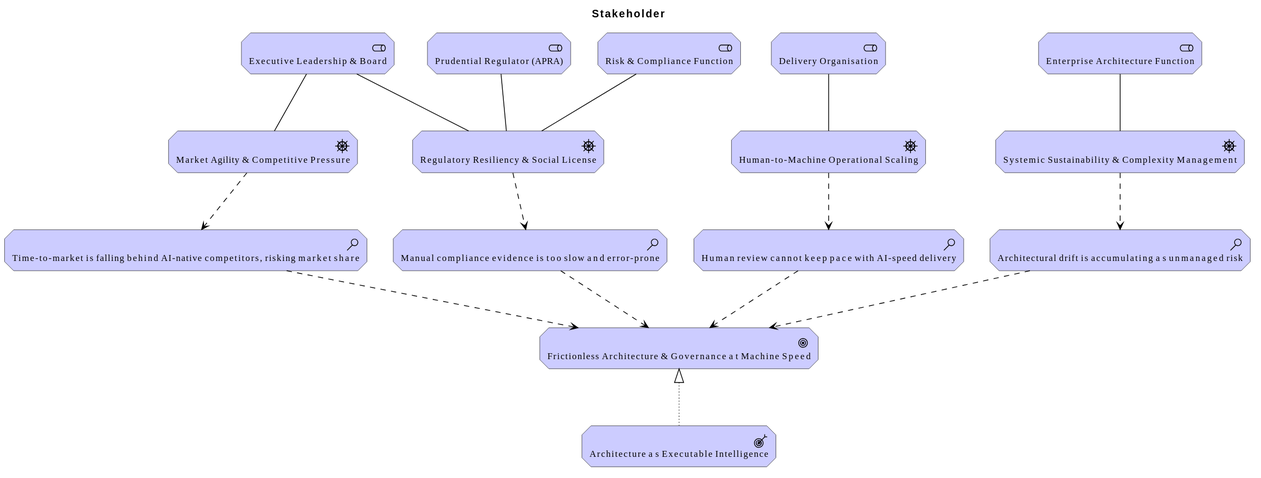
The PlantUML diagram architecture/model/diagrams/vision/1-stakeholder.svg in wolffy-au/frictionless-architect, before a commit. Source of this version:
```plantuml
@startuml
!include <archimate/Archimate>

title Stakeholder

Motivation_Driver(e_ida87011c08f1e5a, "Market Agility & Competitive Pressure")
Motivation_Driver(e_idffe4063e121e5d, "Regulatory Resiliency & Social License")
Motivation_Driver(e_idb3458ded88aa5a, "Systemic Sustainability & Complexity Management")
Motivation_Driver(e_ida75d463a748254, "Human-to-Machine Operational Scaling")
Motivation_Stakeholder(e_id19419ed668d556, "Executive Leadership & Board")
Motivation_Stakeholder(e_idbd4abc7ec42554, "Prudential Regulator (APRA)")
Motivation_Stakeholder(e_id3bf463ccf22a53, "Enterprise Architecture Function")
Motivation_Stakeholder(e_idb1fdf098c7c056, "Delivery Organisation")
Motivation_Stakeholder(e_id133bbac4b3e450, "Risk & Compliance Function")
Motivation_Assessment(e_id6f46906d5a1152, "Time-to-market is falling behind AI-native competitors, risking market share")
Motivation_Assessment(e_idb87589e2f37157, "Human review cannot keep pace with AI-speed delivery")
Motivation_Assessment(e_id62397473120e57, "Architectural drift is accumulating as unmanaged risk")
Motivation_Assessment(e_idca6274daf5c552, "Manual compliance evidence is too slow and error-prone")
Motivation_Goal(e_id76f6d8b4d70151, "Frictionless Architecture & Governance at Machine Speed")
Motivation_Outcome(e_idfbcf1e02e62655, "Architecture as Executable Intelligence")

Rel_Association(e_id19419ed668d556, e_ida87011c08f1e5a, "")
Rel_Association(e_id19419ed668d556, e_idffe4063e121e5d, "")
Rel_Association(e_idbd4abc7ec42554, e_idffe4063e121e5d, "")
Rel_Association(e_id3bf463ccf22a53, e_idb3458ded88aa5a, "")
Rel_Association(e_idb1fdf098c7c056, e_ida75d463a748254, "")
Rel_Association(e_id133bbac4b3e450, e_idffe4063e121e5d, "")
Rel_Influence(e_ida87011c08f1e5a, e_id6f46906d5a1152, "")
Rel_Influence(e_ida75d463a748254, e_idb87589e2f37157, "")
Rel_Influence(e_idb3458ded88aa5a, e_id62397473120e57, "")
Rel_Influence(e_idffe4063e121e5d, e_idca6274daf5c552, "")
Rel_Influence(e_id6f46906d5a1152, e_id76f6d8b4d70151, "")
Rel_Influence(e_idb87589e2f37157, e_id76f6d8b4d70151, "")
Rel_Influence(e_id62397473120e57, e_id76f6d8b4d70151, "")
Rel_Influence(e_idca6274daf5c552, e_id76f6d8b4d70151, "")
Rel_Realization_Up(e_idfbcf1e02e62655, e_id76f6d8b4d70151, "")
@enduml
```
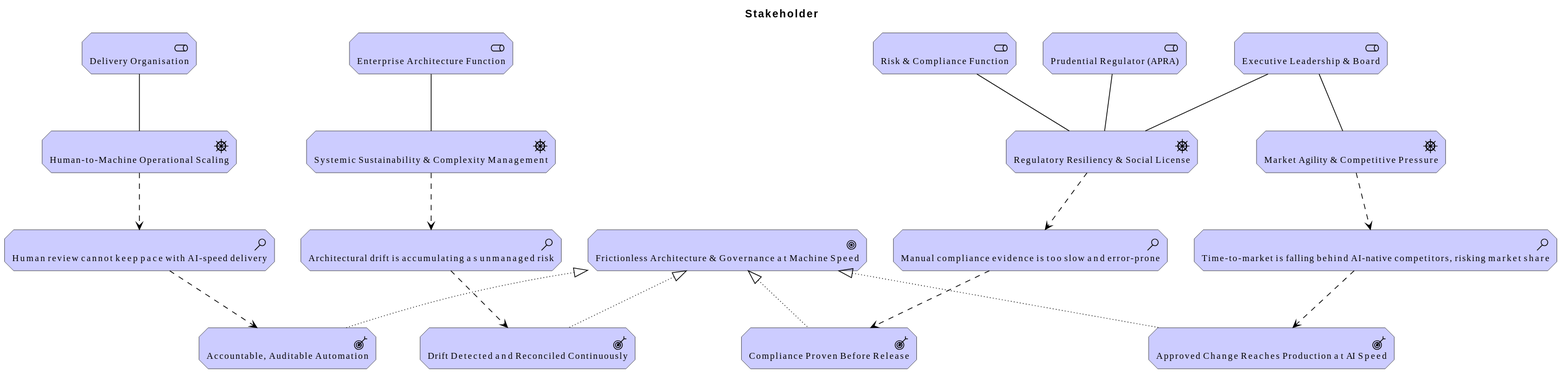
Later version of the same file.

Diff of the diagram source:
```diff
@@ -17,7 +17,10 @@
 Motivation_Assessment(e_id62397473120e57, "Architectural drift is accumulating as unmanaged risk")
 Motivation_Assessment(e_idca6274daf5c552, "Manual compliance evidence is too slow and error-prone")
 Motivation_Goal(e_id76f6d8b4d70151, "Frictionless Architecture & Governance at Machine Speed")
-Motivation_Outcome(e_idfbcf1e02e62655, "Architecture as Executable Intelligence")
+Motivation_Outcome(e_id79b6a1e545325d, "Drift Detected and Reconciled Continuously")
+Motivation_Outcome(e_id3be36e7ab88a59, "Approved Change Reaches Production at AI Speed")
+Motivation_Outcome(e_id4f39e9ec8e4656, "Compliance Proven Before Release")
+Motivation_Outcome(e_ide8275430b0ad5e, "Accountable, Auditable Automation")
 
 Rel_Association(e_id19419ed668d556, e_ida87011c08f1e5a, "")
 Rel_Association(e_id19419ed668d556, e_idffe4063e121e5d, "")
@@ -29,9 +32,12 @@
 Rel_Influence(e_ida75d463a748254, e_idb87589e2f37157, "")
 Rel_Influence(e_idb3458ded88aa5a, e_id62397473120e57, "")
 Rel_Influence(e_idffe4063e121e5d, e_idca6274daf5c552, "")
-Rel_Influence(e_id6f46906d5a1152, e_id76f6d8b4d70151, "")
-Rel_Influence(e_idb87589e2f37157, e_id76f6d8b4d70151, "")
-Rel_Influence(e_id62397473120e57, e_id76f6d8b4d70151, "")
-Rel_Influence(e_idca6274daf5c552, e_id76f6d8b4d70151, "")
-Rel_Realization_Up(e_idfbcf1e02e62655, e_id76f6d8b4d70151, "")
+Rel_Influence(e_id6f46906d5a1152, e_id3be36e7ab88a59, "")
+Rel_Influence(e_idb87589e2f37157, e_ide8275430b0ad5e, "")
+Rel_Influence(e_id62397473120e57, e_id79b6a1e545325d, "")
+Rel_Influence(e_idca6274daf5c552, e_id4f39e9ec8e4656, "")
+Rel_Realization_Up(e_id79b6a1e545325d, e_id76f6d8b4d70151, "")
+Rel_Realization_Up(e_id3be36e7ab88a59, e_id76f6d8b4d70151, "")
+Rel_Realization_Up(e_id4f39e9ec8e4656, e_id76f6d8b4d70151, "")
+Rel_Realization_Up(e_ide8275430b0ad5e, e_id76f6d8b4d70151, "")
 @enduml
```
